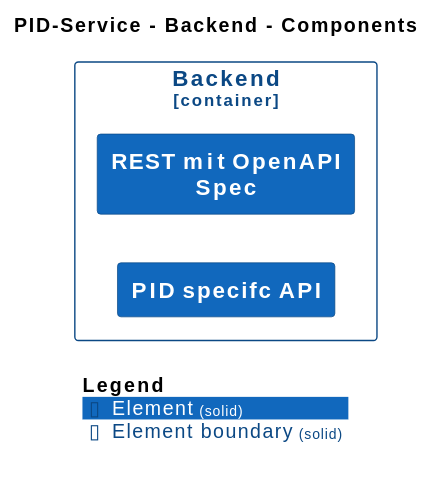
bingert/PID-System-C4-Model keeps this PlantUML diagram as master/svg/Component-003.svg. Above is the earlier version. Its source is kept beside it as master/puml/Component-003.puml. The source it was exported from:
```plantuml
@startuml
set separator none
title PID-Service - Backend - Components

left to right direction

!include <C4/C4>
!include <C4/C4_Context>
!include <C4/C4_Component>

AddElementTag("Element", $bgColor="#1168bd", $borderColor="#0b4884", $fontColor="#ffffff", $sprite="", $shadowing="", $borderStyle="solid")

AddBoundaryTag("Element", $bgColor="#ffffff", $borderColor="#0b4884", $fontColor="#0b4884", $shadowing="", $borderStyle="solid")

Container_Boundary("PIDService.Backend_boundary", "Backend", $tags="Element") {
  Component(PIDService.Backend.RESTmitOpenAPISpec, "REST mit OpenAPI Spec", $techn="", $descr="", $tags="Element", $link="")
  Component(PIDService.Backend.PIDspecifcAPI, "PID specifc API", $techn="", $descr="", $tags="Element", $link="")
}


SHOW_LEGEND(true)
@enduml
```
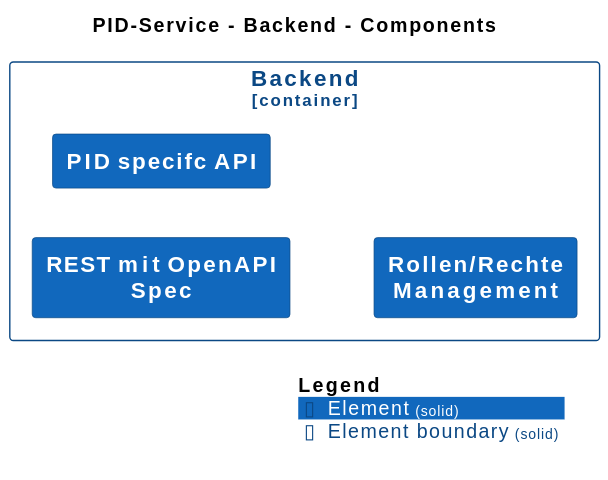
Above is the later version.

Diff of the diagram source:
```diff
@@ -15,6 +15,7 @@
 Container_Boundary("PIDService.Backend_boundary", "Backend", $tags="Element") {
   Component(PIDService.Backend.RESTmitOpenAPISpec, "REST mit OpenAPI Spec", $techn="", $descr="", $tags="Element", $link="")
   Component(PIDService.Backend.PIDspecifcAPI, "PID specifc API", $techn="", $descr="", $tags="Element", $link="")
+  Component(PIDService.Backend.RollenRechteManagement, "Rollen/Rechte Management", $techn="", $descr="", $tags="Element", $link="")
 }
 
 
```
